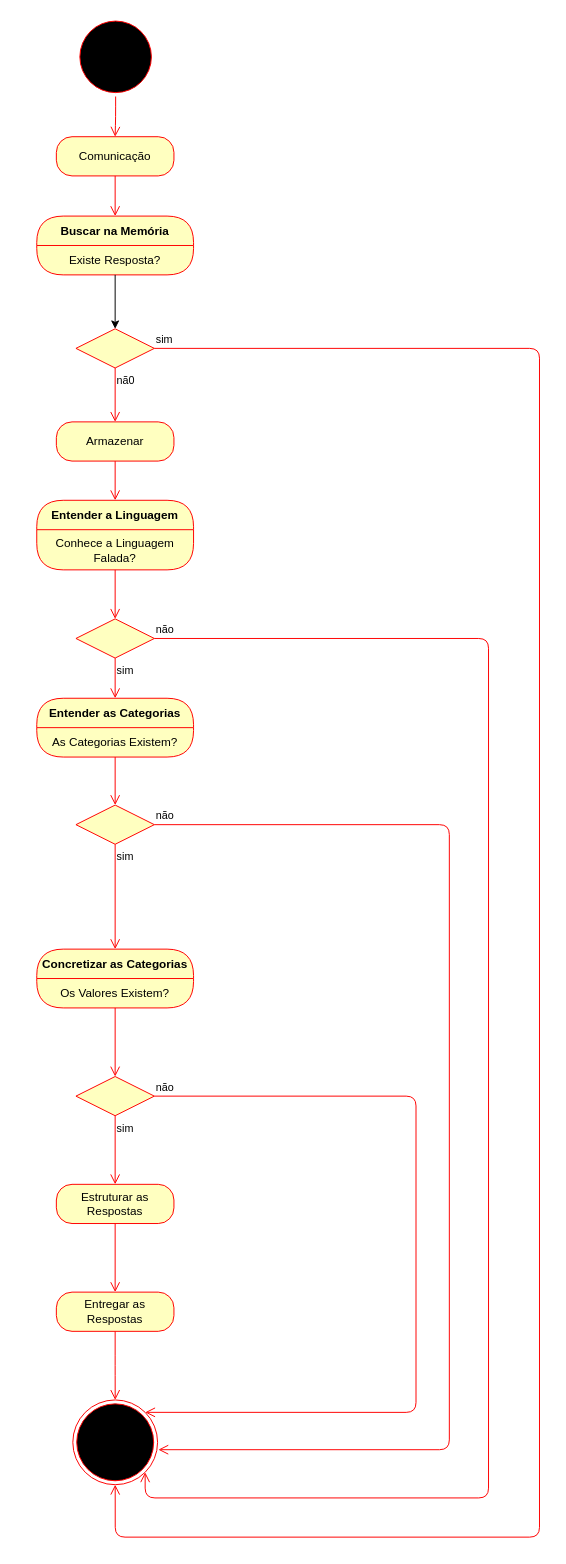
marvinho-tn/aurora keeps this draw.io diagram as docs/diagrama_de_fluxo_aurora.drawio. Above is the earlier version. Source tidied: cells renumbered, new cells numbered last; positions are measured from the earlier drawing's top-left corner, leaving out a move shared by most shapes. Both pictures are drawn from the tidied source at 98%, with x=0, y=0 at pixel (36, 17).
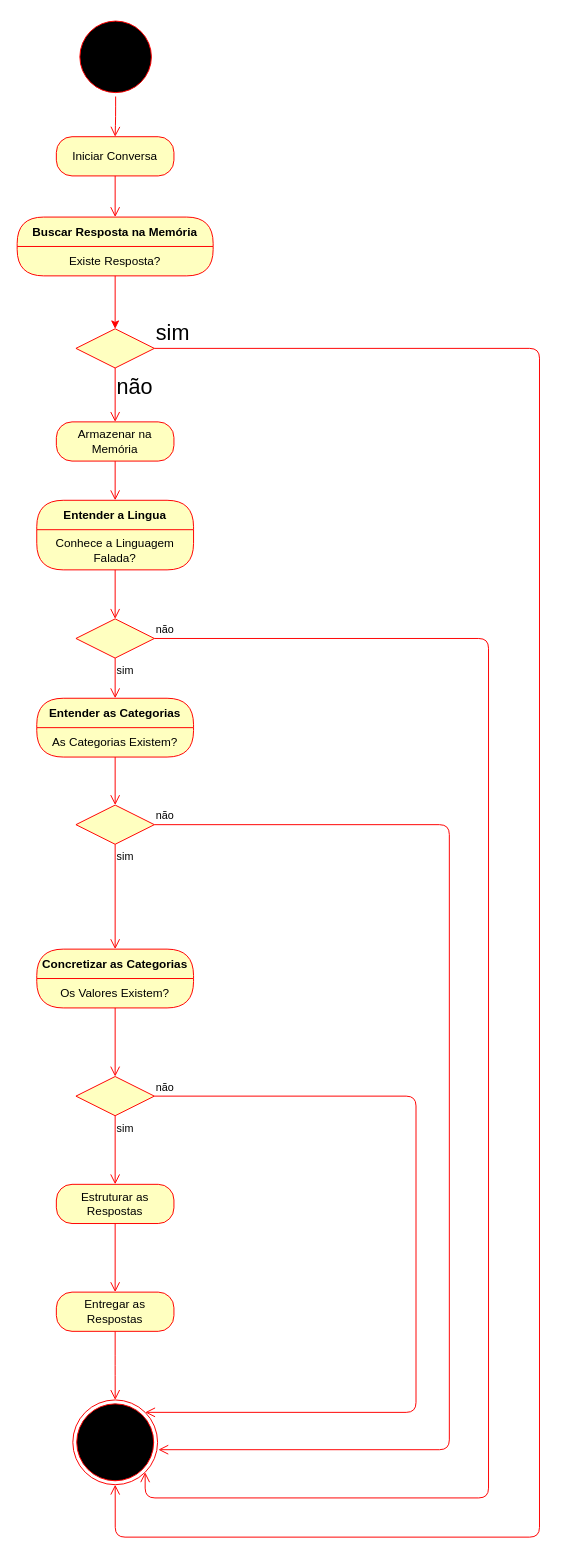
Above is the later version.

Unchanged cells that the change refers to:
```xml
<mxCell id="8" style="rhombus;whiteSpace=wrap;html=1;fillColor=#ffffc0;strokeColor=#ff0000;" parent="1" vertex="1">
  <mxGeometry x="40" y="318" width="80" height="40" as="geometry" />
</mxCell>
<mxCell id="36" style="ellipse;html=1;shape=endState;fillColor=#000000;strokeColor=#ff0000;" parent="1" vertex="1">
  <mxGeometry x="36.8" y="1411" width="86.5" height="86.5" as="geometry" />
</mxCell>
```

Diff of the diagram source:
```diff
@@
-    <mxCell id="4" value="Comunicação" style="rounded=1;whiteSpace=wrap;html=1;arcSize=40;fontColor=#000000;fillColor=#ffffc0;strokeColor=#ff0000;" parent="1" vertex="1">
+    <mxCell id="4" value="Iniciar Conversa" style="rounded=1;whiteSpace=wrap;html=1;arcSize=40;fontColor=#000000;fillColor=#ffffc0;strokeColor=#ff0000;" parent="1" vertex="1">
       <mxGeometry x="20" y="122" width="120" height="40" as="geometry" />
     </mxCell>
@@
-    <mxCell id="6" value="Buscar na Memória" style="swimlane;fontStyle=1;align=center;verticalAlign=middle;horizontal=1;startSize=30;fontColor=#000000;rounded=1;arcSize=30;strokeColor=#ff0000;fillColor=#ffffc0;swimlaneFillColor=#ffffc0;" parent="1" vertex="1">
-      <mxGeometry y="203" width="160" height="60" as="geometry" />
+    <mxCell id="6" value="Buscar Resposta na Memória" style="swimlane;fontStyle=1;align=center;verticalAlign=middle;horizontal=1;startSize=30;fontColor=#000000;rounded=1;arcSize=30;strokeColor=#ff0000;fillColor=#ffffc0;swimlaneFillColor=#ffffc0;" parent="1" vertex="1">
+      <mxGeometry x="-20" y="204" width="200" height="60" as="geometry" />
     </mxCell>
     <mxCell id="7" value="Existe Resposta?" style="text;html=1;strokeColor=none;fillColor=none;align=center;verticalAlign=middle;spacingLeft=4;spacingRight=4;whiteSpace=wrap;overflow=hidden;fontColor=#000000;" parent="6" vertex="1">
-      <mxGeometry y="30" width="160" height="30" as="geometry" />
+      <mxGeometry y="30" width="200" height="30" as="geometry" />
     </mxCell>
@@
-    <mxCell id="9" value="sim" style="edgeStyle=orthogonalEdgeStyle;html=1;align=left;verticalAlign=bottom;endArrow=open;endSize=8;strokeColor=#ff0000;entryX=0.5;entryY=1;entryDx=0;entryDy=0;" parent="1" edge="1" source="8" target="36">
+    <mxCell id="9" value="&lt;font style=&quot;font-size: 22px;&quot;&gt;sim&lt;/font&gt;" style="edgeStyle=orthogonalEdgeStyle;html=1;align=left;verticalAlign=bottom;endArrow=open;endSize=8;strokeColor=#ff0000;entryX=0.5;entryY=1;entryDx=0;entryDy=0;" parent="1" edge="1" source="8" target="36">
       <mxGeometry x="-1" relative="1" as="geometry">
         <Array as="points">
           <mxPoint x="513" y="338" />
           <mxPoint x="513" y="1551" />
           <mxPoint x="80" y="1551" />
         </Array>
       </mxGeometry>
     </mxCell>
-    <mxCell id="10" value="nã0" style="edgeStyle=orthogonalEdgeStyle;html=1;align=left;verticalAlign=top;endArrow=open;endSize=8;strokeColor=#ff0000;entryX=0.5;entryY=0;entryDx=0;entryDy=0;" parent="1" edge="1" source="8" target="12">
+    <mxCell id="10" value="&lt;font style=&quot;font-size: 22px;&quot;&gt;não&lt;/font&gt;" style="edgeStyle=orthogonalEdgeStyle;html=1;align=left;verticalAlign=top;endArrow=open;endSize=8;strokeColor=#ff0000;entryX=0.5;entryY=0;entryDx=0;entryDy=0;" parent="1" edge="1" source="8" target="12">
       <mxGeometry x="-1" relative="1" as="geometry" />
     </mxCell>
-    <mxCell id="11" style="edgeStyle=none;html=1;exitX=0.5;exitY=1;exitDx=0;exitDy=0;entryX=0.5;entryY=0;entryDx=0;entryDy=0;" parent="1" edge="1" source="7" target="8">
+    <mxCell id="11" style="edgeStyle=none;html=1;exitX=0.5;exitY=1;exitDx=0;exitDy=0;entryX=0.5;entryY=0;entryDx=0;entryDy=0;strokeColor=#FF0000;" parent="1" edge="1" source="7" target="8">
       <mxGeometry relative="1" as="geometry" />
     </mxCell>
-    <mxCell id="12" value="Armazenar" style="rounded=1;whiteSpace=wrap;html=1;arcSize=40;fontColor=#000000;fillColor=#ffffc0;strokeColor=#ff0000;" parent="1" vertex="1">
+    <mxCell id="12" value="Armazenar na Memória" style="rounded=1;whiteSpace=wrap;html=1;arcSize=40;fontColor=#000000;fillColor=#ffffc0;strokeColor=#ff0000;" parent="1" vertex="1">
       <mxGeometry x="20" y="413" width="120" height="40" as="geometry" />
     </mxCell>
@@
-    <mxCell id="14" value="Entender a Linguagem" style="swimlane;fontStyle=1;align=center;verticalAlign=middle;horizontal=1;startSize=30;fontColor=#000000;rounded=1;arcSize=30;strokeColor=#ff0000;fillColor=#ffffc0;swimlaneFillColor=#ffffc0;" parent="1" vertex="1">
+    <mxCell id="14" value="Entender a Lingua" style="swimlane;fontStyle=1;align=center;verticalAlign=middle;horizontal=1;startSize=30;fontColor=#000000;rounded=1;arcSize=30;strokeColor=#ff0000;fillColor=#ffffc0;swimlaneFillColor=#ffffc0;" parent="1" vertex="1">
       <mxGeometry y="493" width="160" height="71" as="geometry" />
     </mxCell>
```
